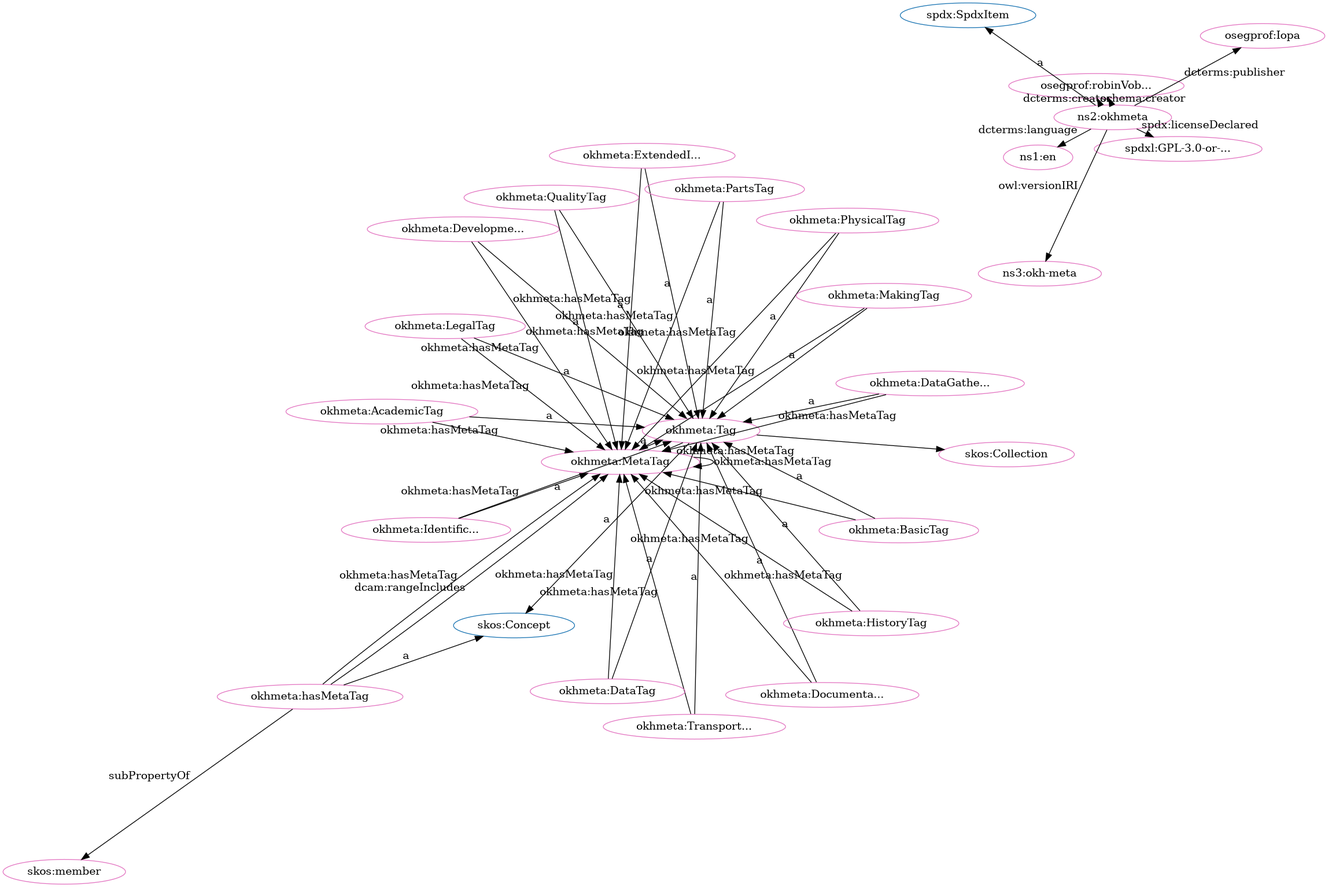
Before: src/spec/dot_okh-meta-clean.png, a diagram exported from Graphviz (iop-alliance/OpenKnowHow). Its source is kept beside it as src/spec/dot_okh-meta-clean.dot.
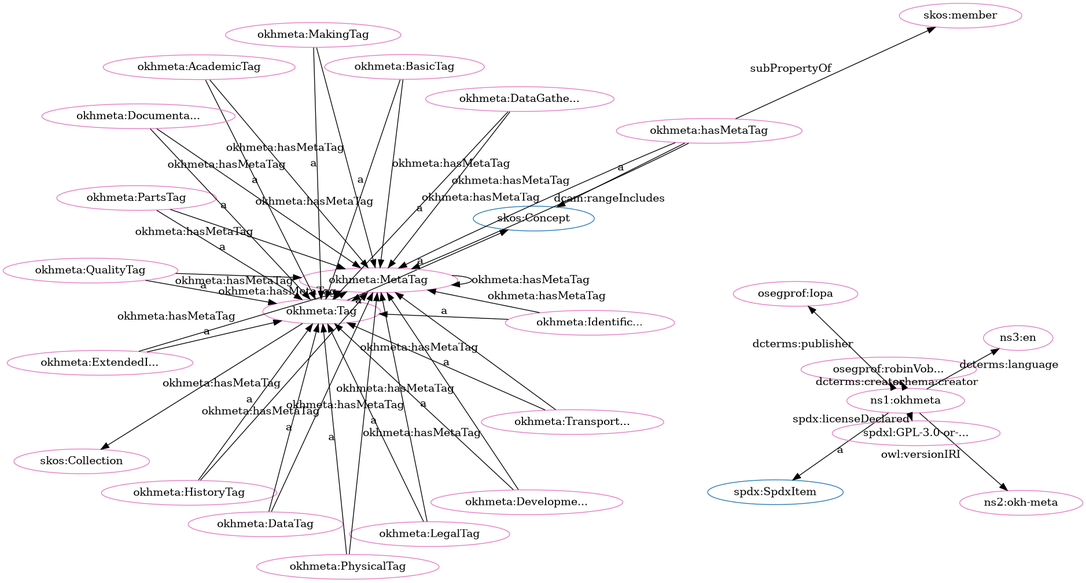
The same diagram one commit later.

Change to the diagram source:
```diff
@@ -1,80 +1,80 @@
 digraph G {
   rankdir=BT
   node[height=.3]
+"http://spdx.org/rdf/terms#SpdxItem" [fillcolor="#1f77b4" color="#1f77b4" label="spdx:SpdxItem"]
+"http://w3id.org/oseg/ont/okhmeta#Tag" [fillcolor="#1f77b4" color="#1f77b4" label="okhmeta:Tag"]
 "http://www.w3.org/2004/02/skos/core#Concept" [fillcolor="#1f77b4" color="#1f77b4" label="skos:Concept"]
 "http://www.w3.org/2004/02/skos/core#Collection" [fillcolor="#1f77b4" color="#1f77b4" label="skos:Collection"]
-"http://w3id.org/oseg/ont/okhmeta#Tag" [fillcolor="#1f77b4" color="#1f77b4" label="okhmeta:Tag"]
-"http://spdx.org/rdf/terms#SpdxItem" [fillcolor="#1f77b4" color="#1f77b4" label="spdx:SpdxItem"]
-"http://spdx.org/licenses/GPL-3.0-or-later" [fillcolor="#e377c2" color="#e377c2" label="spdxl:GPL-3.0-or-..."]
 "http://w3id.org/oseg/ont/okhmeta#MetaTag" [fillcolor="#e377c2" color="#e377c2" label="okhmeta:MetaTag"]
 "http://w3id.org/oseg/ont/okhmeta#hasMetaTag" [fillcolor="#e377c2" color="#e377c2" label="okhmeta:hasMetaTag"]
+"http://w3id.org/oseg/ont/okhmeta#TransportationTag" [fillcolor="#e377c2" color="#e377c2" label="okhmeta:Transport..."]
+"http://w3id.org/oseg/ont/okhmeta#PartsTag" [fillcolor="#e377c2" color="#e377c2" label="okhmeta:PartsTag"]
+"http://w3id.org/oseg/ont/okhmeta#ExtendedInfoTag" [fillcolor="#e377c2" color="#e377c2" label="okhmeta:ExtendedI..."]
+"http://w3id.org/oseg/ont/okhmeta#HistoryTag" [fillcolor="#e377c2" color="#e377c2" label="okhmeta:HistoryTag"]
+"http://w3id.org/oseg/ont/okhmeta" [fillcolor="#e377c2" color="#e377c2" label="ns1:okhmeta"]
+"http://w3id.org/oseg/ont/okhmeta#DevelopmentTag" [fillcolor="#e377c2" color="#e377c2" label="okhmeta:Developme..."]
+"http://w3id.org/oseg/ont/okhmeta#LegalTag" [fillcolor="#e377c2" color="#e377c2" label="okhmeta:LegalTag"]
+"http://w3id.org/oseg/ont/okhmeta#MakingTag" [fillcolor="#e377c2" color="#e377c2" label="okhmeta:MakingTag"]
+"http://w3id.org/oseg/ont/okhmeta#DataTag" [fillcolor="#e377c2" color="#e377c2" label="okhmeta:DataTag"]
+"http://www.w3.org/2004/02/skos/core#member" [fillcolor="#e377c2" color="#e377c2" label="skos:member"]
+"http://w3id.org/oseg/ont/1.1.0/okh-meta" [fillcolor="#e377c2" color="#e377c2" label="ns2:okh-meta"]
+"http://w3id.org/oseg/ont/okhmeta#QualityTag" [fillcolor="#e377c2" color="#e377c2" label="okhmeta:QualityTag"]
+"http://w3id.org/oseg/ont/okhmeta#DataGatheringTag" [fillcolor="#e377c2" color="#e377c2" label="okhmeta:DataGathe..."]
+"http://w3id.org/oseg/ont/okhmeta#IdentificationTag" [fillcolor="#e377c2" color="#e377c2" label="okhmeta:Identific..."]
+"http://w3id.org/oseg/ont/oseg-profiles#robinVobruba" [fillcolor="#e377c2" color="#e377c2" label="osegprof:robinVob..."]
+"http://w3id.org/oseg/ont/okhmeta#AcademicTag" [fillcolor="#e377c2" color="#e377c2" label="okhmeta:AcademicTag"]
+"http://w3id.org/oseg/ont/okhmeta#Tag" [fillcolor="#e377c2" color="#e377c2" label="okhmeta:Tag"]
 "http://w3id.org/oseg/ont/okhmeta#PhysicalTag" [fillcolor="#e377c2" color="#e377c2" label="okhmeta:PhysicalTag"]
-"http://w3id.org/oseg/ont/okhmeta#LegalTag" [fillcolor="#e377c2" color="#e377c2" label="okhmeta:LegalTag"]
-"http://w3id.org/oseg/ont/okhmeta#TransportationTag" [fillcolor="#e377c2" color="#e377c2" label="okhmeta:Transport..."]
-"http://id.loc.gov/vocabulary/iso639-1/en" [fillcolor="#e377c2" color="#e377c2" label="ns1:en"]
-"http://w3id.org/oseg/ont/okhmeta#Tag" [fillcolor="#e377c2" color="#e377c2" label="okhmeta:Tag"]
-"http://w3id.org/oseg/ont/okhmeta#AcademicTag" [fillcolor="#e377c2" color="#e377c2" label="okhmeta:AcademicTag"]
-"http://w3id.org/oseg/ont/okhmeta#DevelopmentTag" [fillcolor="#e377c2" color="#e377c2" label="okhmeta:Developme..."]
-"http://w3id.org/oseg/ont/oseg-profiles#robinVobruba" [fillcolor="#e377c2" color="#e377c2" label="osegprof:robinVob..."]
+"http://id.loc.gov/vocabulary/iso639-1/en" [fillcolor="#e377c2" color="#e377c2" label="ns3:en"]
+"http://w3id.org/oseg/ont/oseg-profiles#Iopa" [fillcolor="#e377c2" color="#e377c2" label="osegprof:Iopa"]
 "http://www.w3.org/2004/02/skos/core#Collection" [fillcolor="#e377c2" color="#e377c2" label="skos:Collection"]
 "http://w3id.org/oseg/ont/okhmeta#DocumentationTag" [fillcolor="#e377c2" color="#e377c2" label="okhmeta:Documenta..."]
-"http://www.w3.org/2004/02/skos/core#member" [fillcolor="#e377c2" color="#e377c2" label="skos:member"]
-"http://w3id.org/oseg/ont/okhmeta#HistoryTag" [fillcolor="#e377c2" color="#e377c2" label="okhmeta:HistoryTag"]
-"http://w3id.org/oseg/ont/okhmeta" [fillcolor="#e377c2" color="#e377c2" label="ns2:okhmeta"]
-"http://w3id.org/oseg/ont/okhmeta#DataGatheringTag" [fillcolor="#e377c2" color="#e377c2" label="okhmeta:DataGathe..."]
 "http://w3id.org/oseg/ont/okhmeta#BasicTag" [fillcolor="#e377c2" color="#e377c2" label="okhmeta:BasicTag"]
-"http://w3id.org/oseg/ont/oseg-profiles#Iopa" [fillcolor="#e377c2" color="#e377c2" label="osegprof:Iopa"]
-"http://w3id.org/oseg/ont/okhmeta#MakingTag" [fillcolor="#e377c2" color="#e377c2" label="okhmeta:MakingTag"]
-"http://w3id.org/oseg/ont/okhmeta#DataTag" [fillcolor="#e377c2" color="#e377c2" label="okhmeta:DataTag"]
-"http://w3id.org/oseg/ont/okhmeta#ExtendedInfoTag" [fillcolor="#e377c2" color="#e377c2" label="okhmeta:ExtendedI..."]
-"http://w3id.org/oseg/ont/okhmeta#PartsTag" [fillcolor="#e377c2" color="#e377c2" label="okhmeta:PartsTag"]
-"http://w3id.org/oseg/ont/1.1.0/okh-meta" [fillcolor="#e377c2" color="#e377c2" label="ns3:okh-meta"]
-"http://w3id.org/oseg/ont/okhmeta#QualityTag" [fillcolor="#e377c2" color="#e377c2" label="okhmeta:QualityTag"]
-"http://w3id.org/oseg/ont/okhmeta#IdentificationTag" [fillcolor="#e377c2" color="#e377c2" label="okhmeta:Identific..."]
+"http://spdx.org/licenses/GPL-3.0-or-later" [fillcolor="#e377c2" color="#e377c2" label="spdxl:GPL-3.0-or-..."]
+  "http://w3id.org/oseg/ont/okhmeta#ExtendedInfoTag" -> "http://w3id.org/oseg/ont/okhmeta#MetaTag" [label="okhmeta:hasMetaTag"]
+  "http://w3id.org/oseg/ont/okhmeta#ExtendedInfoTag" -> "http://w3id.org/oseg/ont/okhmeta#Tag" [label="a"]
+  "http://w3id.org/oseg/ont/okhmeta#MetaTag" -> "http://w3id.org/oseg/ont/okhmeta#Tag" [label="a"]
+  "http://w3id.org/oseg/ont/okhmeta#HistoryTag" -> "http://w3id.org/oseg/ont/okhmeta#MetaTag" [label="okhmeta:hasMetaTag"]
+  "http://w3id.org/oseg/ont/okhmeta#MakingTag" -> "http://w3id.org/oseg/ont/okhmeta#Tag" [label="a"]
+  "http://w3id.org/oseg/ont/okhmeta#DevelopmentTag" -> "http://w3id.org/oseg/ont/okhmeta#MetaTag" [label="okhmeta:hasMetaTag"]
+  "http://w3id.org/oseg/ont/okhmeta" -> "http://spdx.org/rdf/terms#SpdxItem" [label="a"]
+  "http://w3id.org/oseg/ont/okhmeta#DataTag" -> "http://w3id.org/oseg/ont/okhmeta#Tag" [label="a"]
+  "http://w3id.org/oseg/ont/okhmeta#QualityTag" -> "http://w3id.org/oseg/ont/okhmeta#MetaTag" [label="okhmeta:hasMetaTag"]
+  "http://w3id.org/oseg/ont/okhmeta#BasicTag" -> "http://w3id.org/oseg/ont/okhmeta#MetaTag" [label="okhmeta:hasMetaTag"]
+  "http://w3id.org/oseg/ont/okhmeta#QualityTag" -> "http://w3id.org/oseg/ont/okhmeta#Tag" [label="a"]
+  "http://w3id.org/oseg/ont/okhmeta#MetaTag" -> "http://w3id.org/oseg/ont/okhmeta#MetaTag" [label="okhmeta:hasMetaTag"]
+  "http://w3id.org/oseg/ont/okhmeta#DataGatheringTag" -> "http://w3id.org/oseg/ont/okhmeta#MetaTag" [label="okhmeta:hasMetaTag"]
+  "http://w3id.org/oseg/ont/okhmeta#IdentificationTag" -> "http://w3id.org/oseg/ont/okhmeta#Tag" [label="a"]
+  "http://w3id.org/oseg/ont/okhmeta#PhysicalTag" -> "http://w3id.org/oseg/ont/okhmeta#MetaTag" [label="okhmeta:hasMetaTag"]
+  "http://w3id.org/oseg/ont/okhmeta" -> "http://w3id.org/oseg/ont/oseg-profiles#robinVobruba" [label="schema:creator"]
+  "http://w3id.org/oseg/ont/okhmeta#PhysicalTag" -> "http://w3id.org/oseg/ont/okhmeta#Tag" [label="a"]
+  "http://w3id.org/oseg/ont/okhmeta#Tag" -> "http://w3id.org/oseg/ont/okhmeta#MetaTag" [label="okhmeta:hasMetaTag"]
+  "http://w3id.org/oseg/ont/okhmeta#Tag" -> "http://www.w3.org/2004/02/skos/core#Collection" [label=""]
+  "http://w3id.org/oseg/ont/okhmeta#DocumentationTag" -> "http://w3id.org/oseg/ont/okhmeta#Tag" [label="a"]
+  "http://w3id.org/oseg/ont/okhmeta#hasMetaTag" -> "http://www.w3.org/2004/02/skos/core#Concept" [label="a"]
+  "http://w3id.org/oseg/ont/okhmeta#hasMetaTag" -> "http://w3id.org/oseg/ont/okhmeta#MetaTag" [label="dcam:rangeIncludes"]
+  "http://w3id.org/oseg/ont/okhmeta" -> "http://w3id.org/oseg/ont/oseg-profiles#robinVobruba" [label="dcterms:creator"]
+  "http://w3id.org/oseg/ont/okhmeta#DataTag" -> "http://w3id.org/oseg/ont/okhmeta#MetaTag" [label="okhmeta:hasMetaTag"]
   "http://w3id.org/oseg/ont/okhmeta" -> "http://spdx.org/licenses/GPL-3.0-or-later" [label="spdx:licenseDeclared"]
-  "http://w3id.org/oseg/ont/okhmeta#BasicTag" -> "http://w3id.org/oseg/ont/okhmeta#MetaTag" [label="okhmeta:hasMetaTag"]
+  "http://w3id.org/oseg/ont/okhmeta#BasicTag" -> "http://w3id.org/oseg/ont/okhmeta#Tag" [label="a"]
+  "http://w3id.org/oseg/ont/okhmeta#IdentificationTag" -> "http://w3id.org/oseg/ont/okhmeta#MetaTag" [label="okhmeta:hasMetaTag"]
+  "http://w3id.org/oseg/ont/okhmeta#TransportationTag" -> "http://w3id.org/oseg/ont/okhmeta#Tag" [label="a"]
+  "http://w3id.org/oseg/ont/okhmeta#PartsTag" -> "http://w3id.org/oseg/ont/okhmeta#Tag" [label="a"]
+  "http://w3id.org/oseg/ont/okhmeta#HistoryTag" -> "http://w3id.org/oseg/ont/okhmeta#Tag" [label="a"]
+  "http://w3id.org/oseg/ont/okhmeta#DevelopmentTag" -> "http://w3id.org/oseg/ont/okhmeta#Tag" [label="a"]
+  "http://w3id.org/oseg/ont/okhmeta#LegalTag" -> "http://w3id.org/oseg/ont/okhmeta#Tag" [label="a"]
+  "http://w3id.org/oseg/ont/okhmeta#hasMetaTag" -> "http://www.w3.org/2004/02/skos/core#member" [label="subPropertyOf"]
   "http://w3id.org/oseg/ont/okhmeta#MakingTag" -> "http://w3id.org/oseg/ont/okhmeta#MetaTag" [label="okhmeta:hasMetaTag"]
-  "http://w3id.org/oseg/ont/okhmeta#DataTag" -> "http://w3id.org/oseg/ont/okhmeta#MetaTag" [label="okhmeta:hasMetaTag"]
-  "http://w3id.org/oseg/ont/okhmeta#TransportationTag" -> "http://w3id.org/oseg/ont/okhmeta#Tag" [label="a"]
+  "http://w3id.org/oseg/ont/okhmeta" -> "http://w3id.org/oseg/ont/1.1.0/okh-meta" [label="owl:versionIRI"]
+  "http://w3id.org/oseg/ont/okhmeta#DataGatheringTag" -> "http://w3id.org/oseg/ont/okhmeta#Tag" [label="a"]
+  "http://w3id.org/oseg/ont/okhmeta#PartsTag" -> "http://w3id.org/oseg/ont/okhmeta#MetaTag" [label="okhmeta:hasMetaTag"]
+  "http://w3id.org/oseg/ont/okhmeta#AcademicTag" -> "http://w3id.org/oseg/ont/okhmeta#MetaTag" [label="okhmeta:hasMetaTag"]
+  "http://w3id.org/oseg/ont/okhmeta#TransportationTag" -> "http://w3id.org/oseg/ont/okhmeta#MetaTag" [label="okhmeta:hasMetaTag"]
+  "http://w3id.org/oseg/ont/okhmeta#AcademicTag" -> "http://w3id.org/oseg/ont/okhmeta#Tag" [label="a"]
+  "http://w3id.org/oseg/ont/okhmeta#Tag" -> "http://www.w3.org/2004/02/skos/core#Concept" [label="a"]
   "http://w3id.org/oseg/ont/okhmeta" -> "http://id.loc.gov/vocabulary/iso639-1/en" [label="dcterms:language"]
-  "http://w3id.org/oseg/ont/okhmeta#Tag" -> "http://www.w3.org/2004/02/skos/core#Concept" [label="a"]
-  "http://w3id.org/oseg/ont/okhmeta#IdentificationTag" -> "http://w3id.org/oseg/ont/okhmeta#MetaTag" [label="okhmeta:hasMetaTag"]
-  "http://w3id.org/oseg/ont/okhmeta#AcademicTag" -> "http://w3id.org/oseg/ont/okhmeta#Tag" [label="a"]
-  "http://w3id.org/oseg/ont/okhmeta" -> "http://w3id.org/oseg/ont/oseg-profiles#robinVobruba" [label="schema:creator"]
-  "http://w3id.org/oseg/ont/okhmeta#DocumentationTag" -> "http://w3id.org/oseg/ont/okhmeta#Tag" [label="a"]
-  "http://w3id.org/oseg/ont/okhmeta#MetaTag" -> "http://w3id.org/oseg/ont/okhmeta#MetaTag" [label="okhmeta:hasMetaTag"]
-  "http://w3id.org/oseg/ont/okhmeta#hasMetaTag" -> "http://www.w3.org/2004/02/skos/core#member" [label="subPropertyOf"]
-  "http://w3id.org/oseg/ont/okhmeta" -> "http://spdx.org/rdf/terms#SpdxItem" [label="a"]
-  "http://w3id.org/oseg/ont/okhmeta#DataGatheringTag" -> "http://w3id.org/oseg/ont/okhmeta#Tag" [label="a"]
-  "http://w3id.org/oseg/ont/okhmeta#ExtendedInfoTag" -> "http://w3id.org/oseg/ont/okhmeta#MetaTag" [label="okhmeta:hasMetaTag"]
-  "http://w3id.org/oseg/ont/okhmeta#TransportationTag" -> "http://w3id.org/oseg/ont/okhmeta#MetaTag" [label="okhmeta:hasMetaTag"]
-  "http://w3id.org/oseg/ont/okhmeta" -> "http://w3id.org/oseg/ont/oseg-profiles#robinVobruba" [label="dcterms:creator"]
-  "http://w3id.org/oseg/ont/okhmeta#AcademicTag" -> "http://w3id.org/oseg/ont/okhmeta#MetaTag" [label="okhmeta:hasMetaTag"]
   "http://w3id.org/oseg/ont/okhmeta" -> "http://w3id.org/oseg/ont/oseg-profiles#Iopa" [label="dcterms:publisher"]
-  "http://w3id.org/oseg/ont/okhmeta#ExtendedInfoTag" -> "http://w3id.org/oseg/ont/okhmeta#Tag" [label="a"]
+  "http://w3id.org/oseg/ont/okhmeta#LegalTag" -> "http://w3id.org/oseg/ont/okhmeta#MetaTag" [label="okhmeta:hasMetaTag"]
   "http://w3id.org/oseg/ont/okhmeta#DocumentationTag" -> "http://w3id.org/oseg/ont/okhmeta#MetaTag" [label="okhmeta:hasMetaTag"]
-  "http://w3id.org/oseg/ont/okhmeta#QualityTag" -> "http://w3id.org/oseg/ont/okhmeta#Tag" [label="a"]
-  "http://w3id.org/oseg/ont/okhmeta#DataGatheringTag" -> "http://w3id.org/oseg/ont/okhmeta#MetaTag" [label="okhmeta:hasMetaTag"]
-  "http://w3id.org/oseg/ont/okhmeta#PhysicalTag" -> "http://w3id.org/oseg/ont/okhmeta#MetaTag" [label="okhmeta:hasMetaTag"]
-  "http://w3id.org/oseg/ont/okhmeta#hasMetaTag" -> "http://www.w3.org/2004/02/skos/core#Concept" [label="a"]
   "http://w3id.org/oseg/ont/okhmeta#hasMetaTag" -> "http://w3id.org/oseg/ont/okhmeta#MetaTag" [label="okhmeta:hasMetaTag"]
-  "http://w3id.org/oseg/ont/okhmeta#PhysicalTag" -> "http://w3id.org/oseg/ont/okhmeta#Tag" [label="a"]
-  "http://w3id.org/oseg/ont/okhmeta#LegalTag" -> "http://w3id.org/oseg/ont/okhmeta#Tag" [label="a"]
-  "http://w3id.org/oseg/ont/okhmeta#Tag" -> "http://w3id.org/oseg/ont/okhmeta#MetaTag" [label="okhmeta:hasMetaTag"]
-  "http://w3id.org/oseg/ont/okhmeta#QualityTag" -> "http://w3id.org/oseg/ont/okhmeta#MetaTag" [label="okhmeta:hasMetaTag"]
-  "http://w3id.org/oseg/ont/okhmeta#hasMetaTag" -> "http://w3id.org/oseg/ont/okhmeta#MetaTag" [label="dcam:rangeIncludes"]
-  "http://w3id.org/oseg/ont/okhmeta#DevelopmentTag" -> "http://w3id.org/oseg/ont/okhmeta#Tag" [label="a"]
-  "http://w3id.org/oseg/ont/okhmeta#Tag" -> "http://www.w3.org/2004/02/skos/core#Collection" [label=""]
-  "http://w3id.org/oseg/ont/okhmeta#HistoryTag" -> "http://w3id.org/oseg/ont/okhmeta#Tag" [label="a"]
-  "http://w3id.org/oseg/ont/okhmeta#BasicTag" -> "http://w3id.org/oseg/ont/okhmeta#Tag" [label="a"]
-  "http://w3id.org/oseg/ont/okhmeta#LegalTag" -> "http://w3id.org/oseg/ont/okhmeta#MetaTag" [label="okhmeta:hasMetaTag"]
-  "http://w3id.org/oseg/ont/okhmeta#PartsTag" -> "http://w3id.org/oseg/ont/okhmeta#MetaTag" [label="okhmeta:hasMetaTag"]
-  "http://w3id.org/oseg/ont/okhmeta#MetaTag" -> "http://w3id.org/oseg/ont/okhmeta#Tag" [label="a"]
-  "http://w3id.org/oseg/ont/okhmeta#MakingTag" -> "http://w3id.org/oseg/ont/okhmeta#Tag" [label="a"]
-  "http://w3id.org/oseg/ont/okhmeta#DataTag" -> "http://w3id.org/oseg/ont/okhmeta#Tag" [label="a"]
-  "http://w3id.org/oseg/ont/okhmeta#PartsTag" -> "http://w3id.org/oseg/ont/okhmeta#Tag" [label="a"]
-  "http://w3id.org/oseg/ont/okhmeta#DevelopmentTag" -> "http://w3id.org/oseg/ont/okhmeta#MetaTag" [label="okhmeta:hasMetaTag"]
-  "http://w3id.org/oseg/ont/okhmeta" -> "http://w3id.org/oseg/ont/1.1.0/okh-meta" [label="owl:versionIRI"]
-  "http://w3id.org/oseg/ont/okhmeta#HistoryTag" -> "http://w3id.org/oseg/ont/okhmeta#MetaTag" [label="okhmeta:hasMetaTag"]
-  "http://w3id.org/oseg/ont/okhmeta#IdentificationTag" -> "http://w3id.org/oseg/ont/okhmeta#Tag" [label="a"]
 }
```
